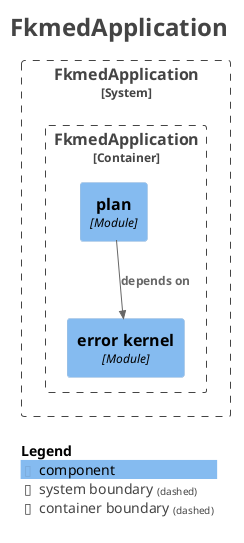
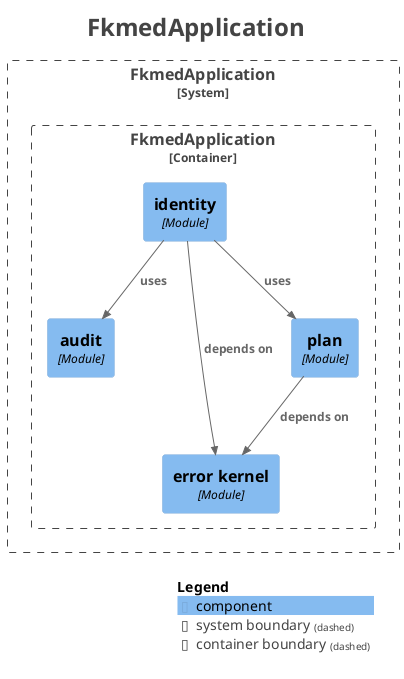
@startuml
title <size:24>FkmedApplication</size>

set separator none
top to bottom direction

<style>
  root {
    BackgroundColor: #ffffff
    FontColor: #444444
  }
</style>

!include <C4/C4>
!include <C4/C4_Context>
!include <C4/C4_Component>

System_Boundary("FkmedApplication_boundary", "FkmedApplication", $tags="") {
  Container_Boundary("FkmedApplication.FkmedApplication_boundary", "FkmedApplication", $tags="") {
+     Component(FkmedApplication.FkmedApplication.audit, "audit", $techn="Module", $descr="", $tags="", $link="")
    Component(FkmedApplication.FkmedApplication.errorkernel, "error kernel", $techn="Module", $descr="", $tags="", $link="")
    Component(FkmedApplication.FkmedApplication.plan, "plan", $techn="Module", $descr="", $tags="", $link="")
+     Component(FkmedApplication.FkmedApplication.identity, "identity", $techn="Module", $descr="", $tags="", $link="")
  }

}

+ Rel(FkmedApplication.FkmedApplication.identity, FkmedApplication.FkmedApplication.plan, "uses", $techn="", $tags="", $link="")
+ Rel(FkmedApplication.FkmedApplication.identity, FkmedApplication.FkmedApplication.audit, "uses", $techn="", $tags="", $link="")
Rel(FkmedApplication.FkmedApplication.plan, FkmedApplication.FkmedApplication.errorkernel, "depends on", $techn="", $tags="", $link="")
+ Rel(FkmedApplication.FkmedApplication.identity, FkmedApplication.FkmedApplication.errorkernel, "depends on", $techn="", $tags="", $link="")

SHOW_LEGEND(true)
hide stereotypes
@enduml